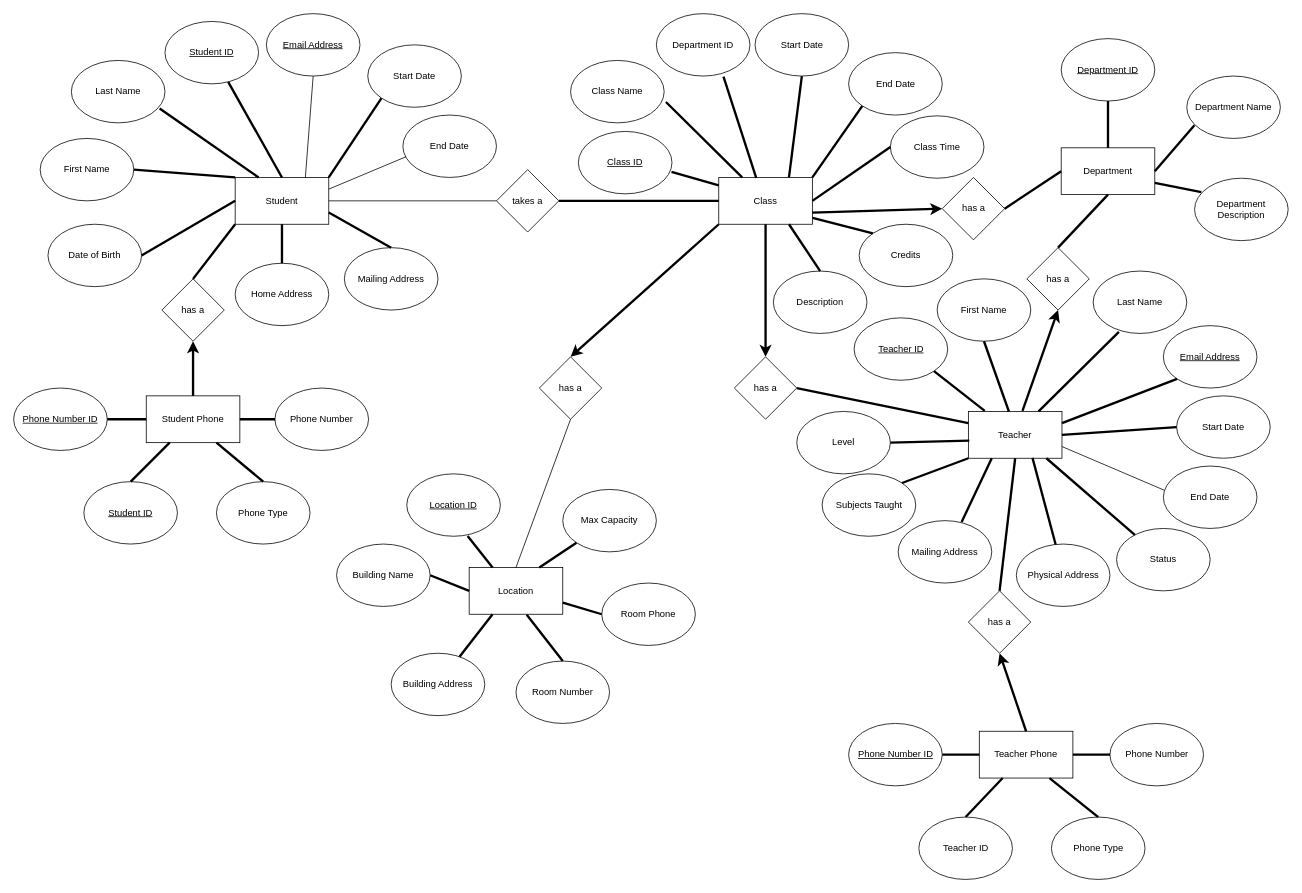
Above: school-database-diagram.drawio in MichelleAaa/school-database (draw.io), before the change. Source tidied: cells renumbered, new cells numbered last; positions are measured from the earlier drawing's top-left corner, leaving out a move shared by most shapes. Both pictures are drawn from the tidied source at 78%, with x=0, y=0 at pixel (13, 13).
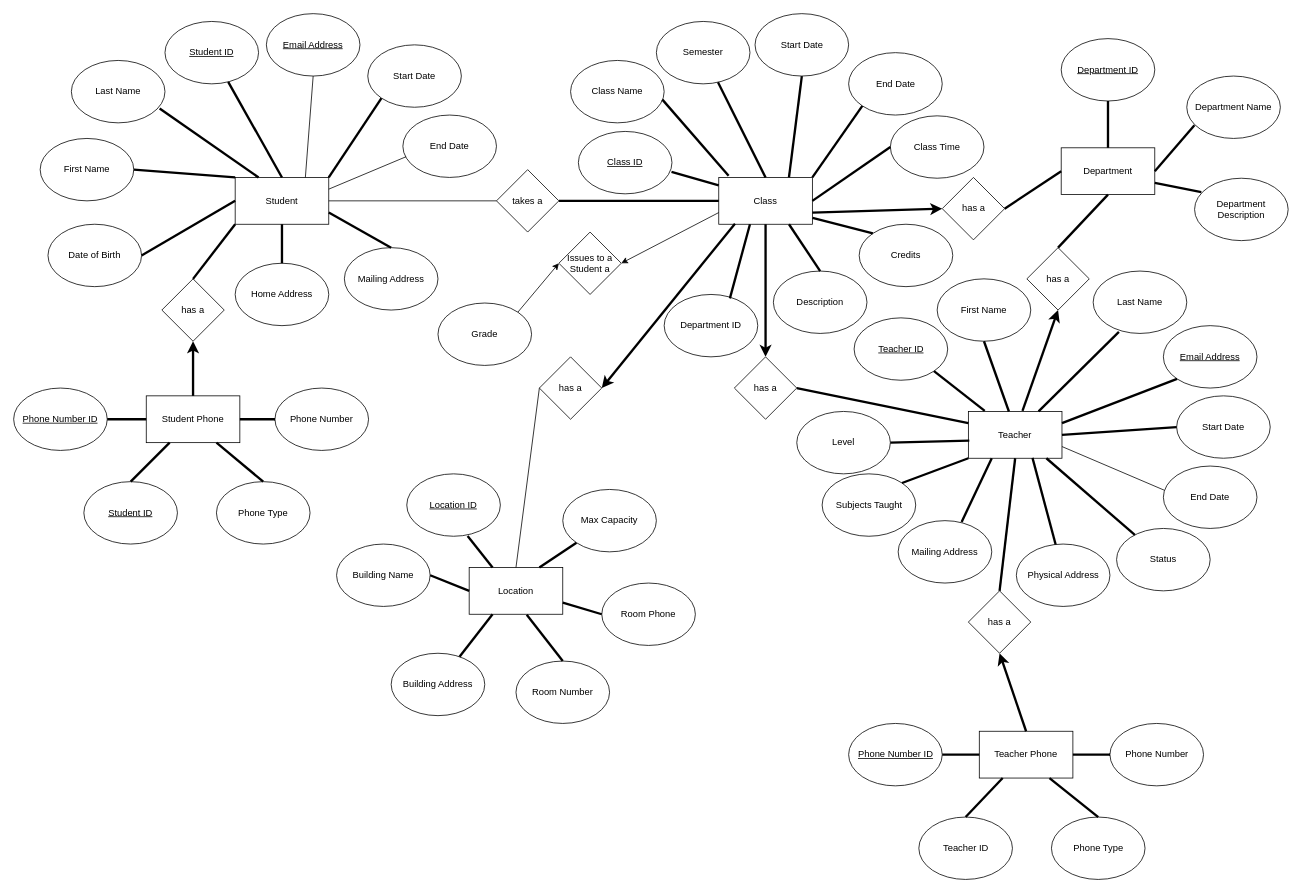
Above is the later version.

The change refers to these unchanged cells:
```xml
<mxCell id="31" value="Class" style="rounded=0;whiteSpace=wrap;html=1;" parent="1" vertex="1">
  <mxGeometry x="904" y="210" width="120" height="60" as="geometry" />
</mxCell>
<mxCell id="35" value="Class Name" style="ellipse;whiteSpace=wrap;html=1;" parent="1" vertex="1">
  <mxGeometry x="714" y="60" width="120" height="80" as="geometry" />
</mxCell>
<mxCell id="44" value="has a" style="rhombus;whiteSpace=wrap;html=1;" parent="1" vertex="1">
  <mxGeometry x="674" y="440" width="80" height="80" as="geometry" />
</mxCell>
<mxCell id="45" value="Location" style="rounded=0;whiteSpace=wrap;html=1;" parent="1" vertex="1">
  <mxGeometry x="584" y="710" width="120" height="60" as="geometry" />
</mxCell>
```

Diff of the diagram source:
```diff
@@
     <mxCell id="36" value="Department ID" style="ellipse;whiteSpace=wrap;html=1;" parent="1" vertex="1">
-      <mxGeometry x="824" width="120" height="80" as="geometry" />
+      <mxGeometry x="834" y="360" width="120" height="80" as="geometry" />
     </mxCell>
@@
-    <mxCell id="59" style="edgeStyle=none;html=1;endArrow=none;endFill=0;strokeWidth=3;entryX=0.25;entryY=0;entryDx=0;entryDy=0;exitX=1.019;exitY=0.666;exitDx=0;exitDy=0;exitPerimeter=0;" parent="1" edge="1" source="35" target="31">
+    <mxCell id="59" style="edgeStyle=none;html=1;endArrow=none;endFill=0;strokeWidth=3;entryX=0.105;entryY=-0.036;entryDx=0;entryDy=0;exitX=0.981;exitY=0.628;exitDx=0;exitDy=0;exitPerimeter=0;entryPerimeter=0;" parent="1" edge="1" source="35" target="31">
       <mxGeometry relative="1" as="geometry" />
     </mxCell>
-    <mxCell id="60" style="edgeStyle=none;html=1;endArrow=none;endFill=0;strokeWidth=3;entryX=0.4;entryY=0.007;entryDx=0;entryDy=0;exitX=0.717;exitY=1.009;exitDx=0;exitDy=0;exitPerimeter=0;entryPerimeter=0;" parent="1" edge="1" source="36" target="31">
-      <mxGeometry relative="1" as="geometry" />
+    <mxCell id="60" style="edgeStyle=none;html=1;endArrow=none;endFill=0;strokeWidth=3;exitX=0.702;exitY=0.062;exitDx=0;exitDy=0;exitPerimeter=0;" parent="1" edge="1" source="36">
+      <mxGeometry relative="1" as="geometry">
+        <mxPoint x="944" y="270" as="targetPoint" />
+      </mxGeometry>
     </mxCell>
@@
-    <mxCell id="94" style="edgeStyle=none;html=1;endArrow=classic;endFill=1;strokeWidth=3;exitX=0;exitY=1;exitDx=0;exitDy=0;entryX=0.5;entryY=0;entryDx=0;entryDy=0;" parent="1" edge="1" source="31" target="44">
+    <mxCell id="94" style="edgeStyle=none;html=1;endArrow=classic;endFill=1;strokeWidth=3;exitX=0.173;exitY=0.987;exitDx=0;exitDy=0;entryX=1;entryY=0.5;entryDx=0;entryDy=0;exitPerimeter=0;" parent="1" edge="1" source="31" target="44">
       <mxGeometry relative="1" as="geometry" />
     </mxCell>
@@
-    <mxCell id="108" style="endArrow=none;html=1;exitX=0.5;exitY=0;exitDx=0;exitDy=0;entryX=0.5;entryY=1;entryDx=0;entryDy=0;" parent="1" edge="1" source="45" target="44">
+    <mxCell id="108" style="endArrow=none;html=1;exitX=0.5;exitY=0;exitDx=0;exitDy=0;entryX=0;entryY=0.5;entryDx=0;entryDy=0;" parent="1" edge="1" source="45" target="44">
       <mxGeometry relative="1" as="geometry" />
     </mxCell>
@@
+    <mxCell id="122" value="Issues to a Student a" style="rhombus;whiteSpace=wrap;html=1;" parent="1" vertex="1">
+      <mxGeometry x="699" y="280" width="80" height="80" as="geometry" />
+    </mxCell>
+    <mxCell id="123" value="Grade" style="ellipse;whiteSpace=wrap;html=1;" parent="1" vertex="1">
+      <mxGeometry x="544" y="371" width="120" height="80" as="geometry" />
+    </mxCell>
+    <mxCell id="124" style="endArrow=classic;html=1;exitX=0;exitY=0.75;exitDx=0;exitDy=0;entryX=1;entryY=0.5;entryDx=0;entryDy=0;" parent="1" edge="1" source="31" target="122">
+      <mxGeometry relative="1" as="geometry" />
+    </mxCell>
+    <mxCell id="125" style="endArrow=classic;html=1;exitX=1;exitY=0;exitDx=0;exitDy=0;entryX=0;entryY=0.5;entryDx=0;entryDy=0;" parent="1" edge="1" source="123" target="122">
+      <mxGeometry relative="1" as="geometry" />
+    </mxCell>
+    <mxCell id="126" value="Semester" style="ellipse;whiteSpace=wrap;html=1;" parent="1" vertex="1">
+      <mxGeometry x="824" y="10" width="120" height="80" as="geometry" />
+    </mxCell>
+    <mxCell id="127" style="edgeStyle=none;html=1;endArrow=none;endFill=0;strokeWidth=3;entryX=0.5;entryY=0;entryDx=0;entryDy=0;" parent="1" edge="1" source="126" target="31">
+      <mxGeometry relative="1" as="geometry" />
+    </mxCell>
```
